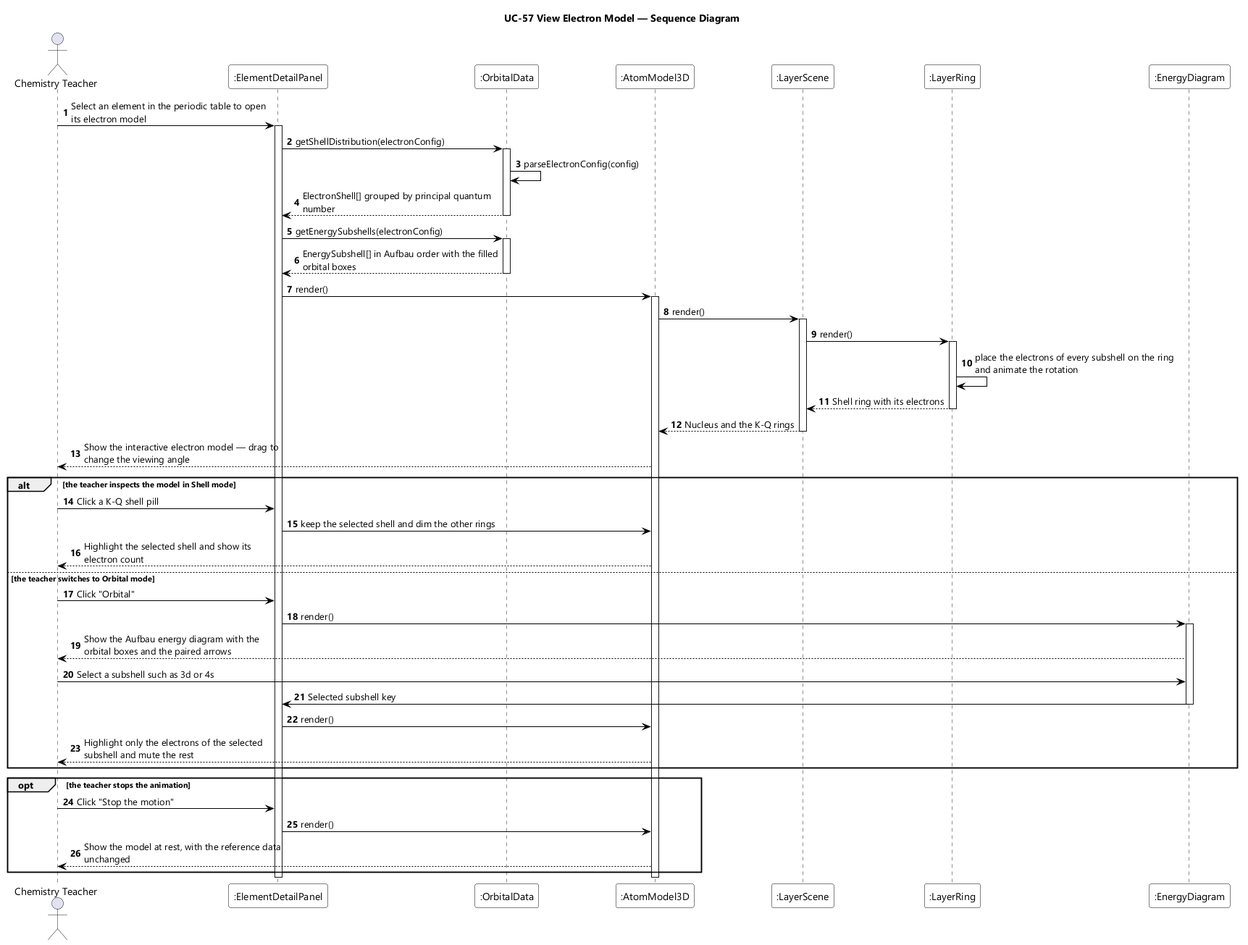
Above: designs/sds-diagrams/uc57/uc57-sequence-diagram.png in EduA-system/EduA-system (PlantUML), before the change. Its diagram source:
```plantuml
@startuml UC-57 View Electron Model - Sequence Diagram
skinparamlocked dpi 96
skinparam defaultFontName "Segoe UI"
skinparam shadowing false
skinparam ParticipantBackgroundColor #FFFFFF
skinparam ParticipantBorderColor #000000
skinparam ArrowColor #000000
skinparam sequenceMessageAlign left
skinparam maxMessageSize 280
title UC-57 View Electron Model — Sequence Diagram

actor "Chemistry Teacher" as Teacher
participant ":ElementDetailPanel" as PANEL
participant ":OrbitalData" as ORB
participant ":AtomModel3D" as ATOM
participant ":LayerScene" as SCENE
participant ":LayerRing" as RING
participant ":EnergyDiagram" as DIAG

autonumber
Teacher -> PANEL : Select an element in the periodic table to open its electron model
activate PANEL
PANEL -> ORB : getShellDistribution(electronConfig)
activate ORB
ORB -> ORB : parseElectronConfig(config)
ORB --> PANEL : ElectronShell[] grouped by principal quantum number
deactivate ORB
PANEL -> ORB : getEnergySubshells(electronConfig)
activate ORB
ORB --> PANEL : EnergySubshell[] in Aufbau order with the filled orbital boxes
deactivate ORB
PANEL -> ATOM : render()
activate ATOM
ATOM -> SCENE : render()
activate SCENE
SCENE -> RING : render()
activate RING
RING -> RING : place the electrons of every subshell on the ring and animate the rotation
RING --> SCENE : Shell ring with its electrons
deactivate RING
SCENE --> ATOM : Nucleus and the K-Q rings
deactivate SCENE
ATOM --> Teacher : Show the interactive electron model — drag to change the viewing angle

alt the teacher inspects the model in Shell mode
  Teacher -> PANEL : Click a K-Q shell pill
  PANEL -> ATOM : keep the selected shell and dim the other rings
  ATOM --> Teacher : Highlight the selected shell and show its electron count
else the teacher switches to Orbital mode
  Teacher -> PANEL : Click "Orbital"
  PANEL -> DIAG : render()
  activate DIAG
  DIAG --> Teacher : Show the Aufbau energy diagram with the orbital boxes and the paired arrows
  Teacher -> DIAG : Select a subshell such as 3d or 4s
  DIAG -> PANEL : Selected subshell key
  deactivate DIAG
  PANEL -> ATOM : render()
  ATOM --> Teacher : Highlight only the electrons of the selected subshell and mute the rest
end

opt the teacher stops the animation
  Teacher -> PANEL : Click "Stop the motion"
  PANEL -> ATOM : render()
  ATOM --> Teacher : Show the model at rest, with the reference data unchanged
end
deactivate ATOM
deactivate PANEL
@enduml
```
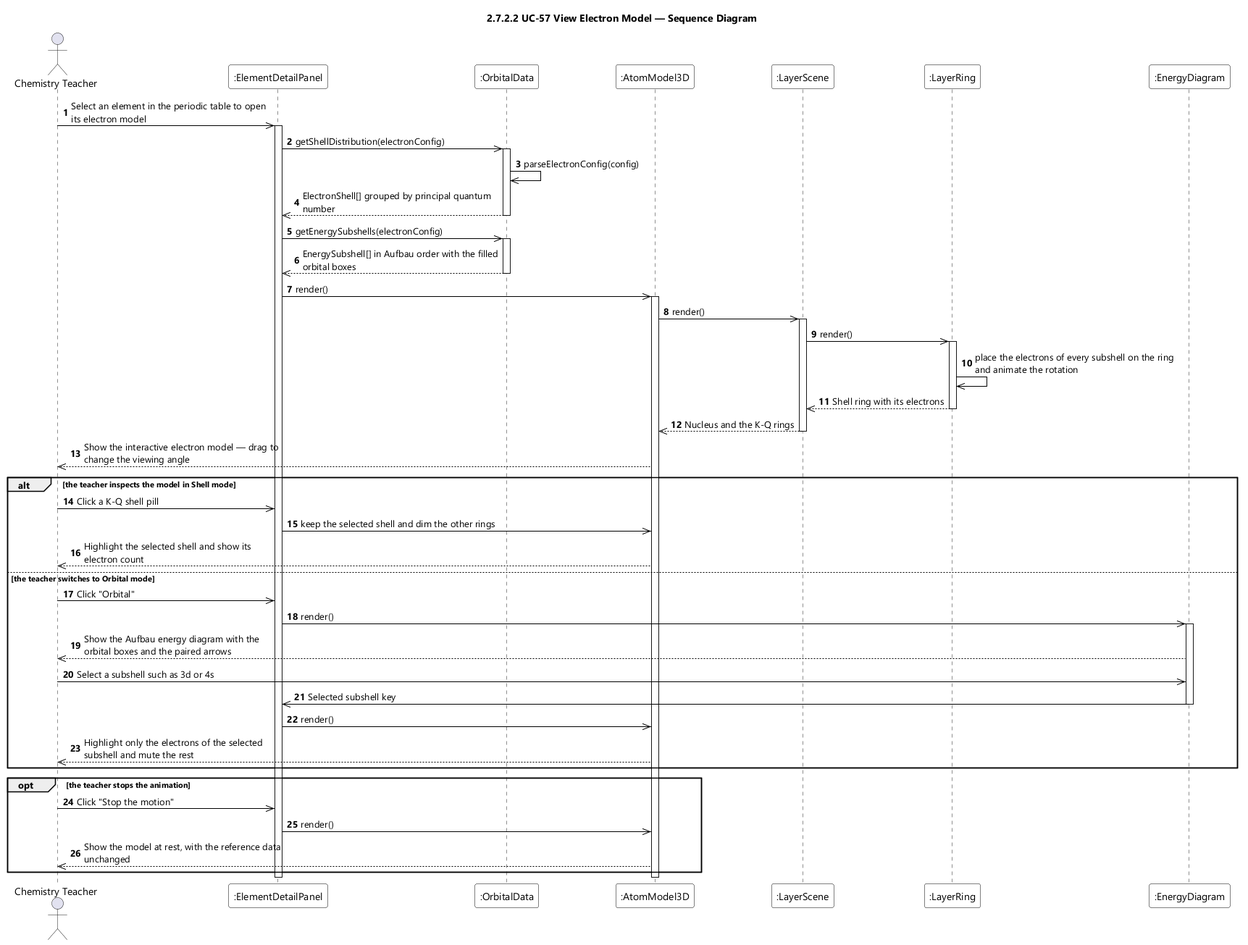
The same file after the commit.

The edit, as a diff of the source:
```diff
@@ -7,7 +7,7 @@
 skinparam ArrowColor #000000
 skinparam sequenceMessageAlign left
 skinparam maxMessageSize 280
-title UC-57 View Electron Model — Sequence Diagram
+title 2.7.2.2 UC-57 View Electron Model — Sequence Diagram
 
 actor "Chemistry Teacher" as Teacher
 participant ":ElementDetailPanel" as PANEL
@@ -18,50 +18,50 @@
 participant ":EnergyDiagram" as DIAG
 
 autonumber
-Teacher -> PANEL : Select an element in the periodic table to open its electron model
+Teacher ->> PANEL : Select an element in the periodic table to open its electron model
 activate PANEL
-PANEL -> ORB : getShellDistribution(electronConfig)
+PANEL ->> ORB : getShellDistribution(electronConfig)
 activate ORB
-ORB -> ORB : parseElectronConfig(config)
-ORB --> PANEL : ElectronShell[] grouped by principal quantum number
+ORB ->> ORB : parseElectronConfig(config)
+ORB -->> PANEL : ElectronShell[] grouped by principal quantum number
 deactivate ORB
-PANEL -> ORB : getEnergySubshells(electronConfig)
+PANEL ->> ORB : getEnergySubshells(electronConfig)
 activate ORB
-ORB --> PANEL : EnergySubshell[] in Aufbau order with the filled orbital boxes
+ORB -->> PANEL : EnergySubshell[] in Aufbau order with the filled orbital boxes
 deactivate ORB
-PANEL -> ATOM : render()
+PANEL ->> ATOM : render()
 activate ATOM
-ATOM -> SCENE : render()
+ATOM ->> SCENE : render()
 activate SCENE
-SCENE -> RING : render()
+SCENE ->> RING : render()
 activate RING
-RING -> RING : place the electrons of every subshell on the ring and animate the rotation
-RING --> SCENE : Shell ring with its electrons
+RING ->> RING : place the electrons of every subshell on the ring and animate the rotation
+RING -->> SCENE : Shell ring with its electrons
 deactivate RING
-SCENE --> ATOM : Nucleus and the K-Q rings
+SCENE -->> ATOM : Nucleus and the K-Q rings
 deactivate SCENE
-ATOM --> Teacher : Show the interactive electron model — drag to change the viewing angle
+ATOM -->> Teacher : Show the interactive electron model — drag to change the viewing angle
 
 alt the teacher inspects the model in Shell mode
-  Teacher -> PANEL : Click a K-Q shell pill
-  PANEL -> ATOM : keep the selected shell and dim the other rings
-  ATOM --> Teacher : Highlight the selected shell and show its electron count
+  Teacher ->> PANEL : Click a K-Q shell pill
+  PANEL ->> ATOM : keep the selected shell and dim the other rings
+  ATOM -->> Teacher : Highlight the selected shell and show its electron count
 else the teacher switches to Orbital mode
-  Teacher -> PANEL : Click "Orbital"
-  PANEL -> DIAG : render()
+  Teacher ->> PANEL : Click "Orbital"
+  PANEL ->> DIAG : render()
   activate DIAG
-  DIAG --> Teacher : Show the Aufbau energy diagram with the orbital boxes and the paired arrows
-  Teacher -> DIAG : Select a subshell such as 3d or 4s
-  DIAG -> PANEL : Selected subshell key
+  DIAG -->> Teacher : Show the Aufbau energy diagram with the orbital boxes and the paired arrows
+  Teacher ->> DIAG : Select a subshell such as 3d or 4s
+  DIAG ->> PANEL : Selected subshell key
   deactivate DIAG
-  PANEL -> ATOM : render()
-  ATOM --> Teacher : Highlight only the electrons of the selected subshell and mute the rest
+  PANEL ->> ATOM : render()
+  ATOM -->> Teacher : Highlight only the electrons of the selected subshell and mute the rest
 end
 
 opt the teacher stops the animation
-  Teacher -> PANEL : Click "Stop the motion"
-  PANEL -> ATOM : render()
-  ATOM --> Teacher : Show the model at rest, with the reference data unchanged
+  Teacher ->> PANEL : Click "Stop the motion"
+  PANEL ->> ATOM : render()
+  ATOM -->> Teacher : Show the model at rest, with the reference data unchanged
 end
 deactivate ATOM
 deactivate PANEL
```
